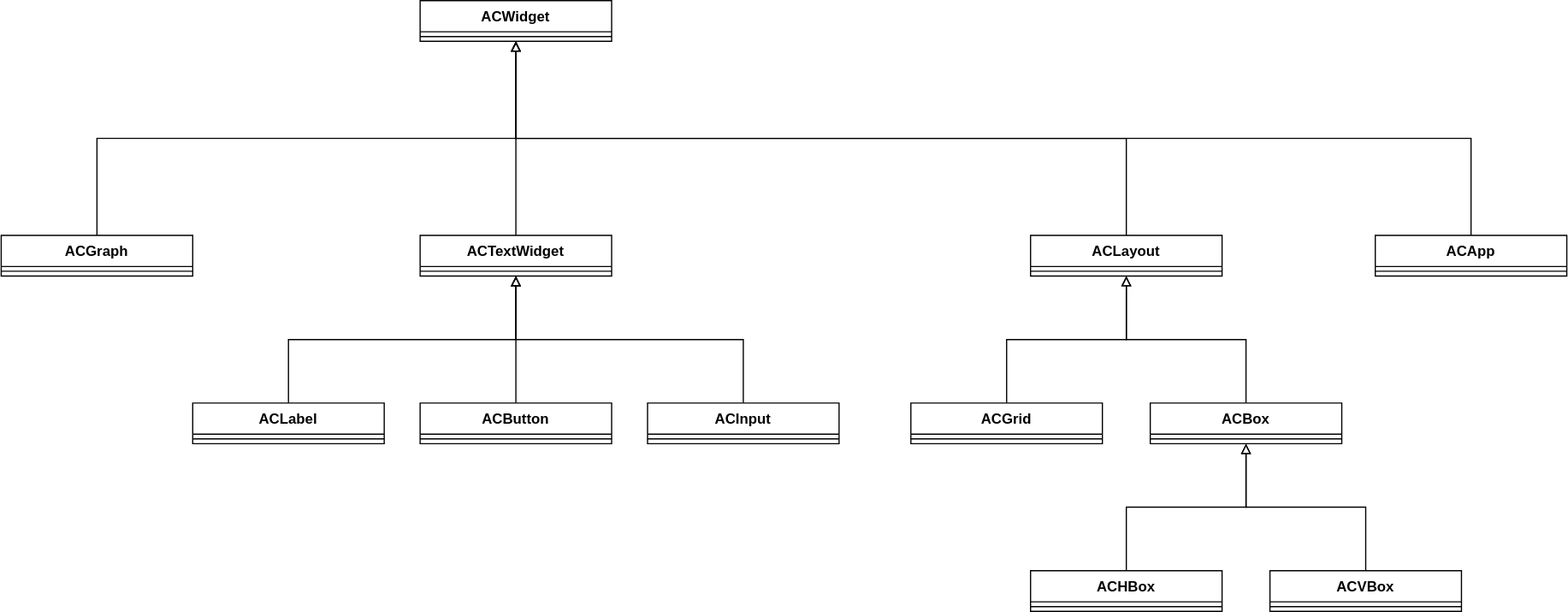
styinx/ACLIB keeps this draw.io diagram as stuff/images/classes.svg. Above is the earlier version. Source tidied: cells renumbered, new cells last; positions are measured from the earlier drawing's top-left corner, leaving out a move shared by most shapes. The source it was exported from:
```xml
<mxGraphModel>
  <root>
    <mxCell id="0" />
    <mxCell id="1" parent="0" />
    <mxCell id="2" style="edgeStyle=orthogonalEdgeStyle;rounded=0;jettySize=auto;html=1;endArrow=block;endFill=0;exitX=0.5;exitY=0;exitDx=0;exitDy=0;" parent="1" edge="1" source="33" target="13">
      <mxGeometry relative="1" as="geometry" />
    </mxCell>
    <mxCell id="3" style="edgeStyle=orthogonalEdgeStyle;rounded=0;jettySize=auto;html=1;endArrow=block;endFill=0;exitX=0.5;exitY=0;exitDx=0;exitDy=0;" parent="1" edge="1" source="21" target="15">
      <mxGeometry relative="1" as="geometry" />
    </mxCell>
    <mxCell id="4" style="edgeStyle=orthogonalEdgeStyle;rounded=0;jettySize=auto;html=1;endArrow=block;endFill=0;exitX=0.5;exitY=0;exitDx=0;exitDy=0;" parent="1" edge="1" source="23" target="13">
      <mxGeometry relative="1" as="geometry" />
    </mxCell>
    <mxCell id="5" style="edgeStyle=orthogonalEdgeStyle;rounded=0;jettySize=auto;html=1;endArrow=block;endFill=0;" parent="1" edge="1" source="15" target="13">
      <mxGeometry relative="1" as="geometry" />
    </mxCell>
    <mxCell id="6" style="edgeStyle=orthogonalEdgeStyle;rounded=0;jettySize=auto;html=1;endArrow=block;endFill=0;exitX=0.5;exitY=0;exitDx=0;exitDy=0;" parent="1" edge="1" source="25" target="23">
      <mxGeometry relative="1" as="geometry" />
    </mxCell>
    <mxCell id="7" style="edgeStyle=orthogonalEdgeStyle;rounded=0;jettySize=auto;html=1;endArrow=block;endFill=0;" parent="1" edge="1" source="31" target="23">
      <mxGeometry relative="1" as="geometry" />
    </mxCell>
    <mxCell id="8" style="edgeStyle=orthogonalEdgeStyle;rounded=0;jettySize=auto;html=1;endArrow=block;endFill=0;" parent="1" edge="1" source="17" target="15">
      <mxGeometry relative="1" as="geometry" />
    </mxCell>
    <mxCell id="9" style="edgeStyle=orthogonalEdgeStyle;rounded=0;jettySize=auto;html=1;endArrow=block;endFill=0;exitX=0.5;exitY=0;exitDx=0;exitDy=0;" parent="1" edge="1" source="19" target="15">
      <mxGeometry relative="1" as="geometry" />
    </mxCell>
    <mxCell id="10" style="edgeStyle=orthogonalEdgeStyle;rounded=0;jettySize=auto;html=1;endArrow=block;endFill=0;" parent="1" edge="1" source="27" target="25">
      <mxGeometry relative="1" as="geometry" />
    </mxCell>
    <mxCell id="11" style="edgeStyle=orthogonalEdgeStyle;rounded=0;jettySize=auto;html=1;endArrow=block;endFill=0;" parent="1" edge="1" source="29" target="25">
      <mxGeometry relative="1" as="geometry" />
    </mxCell>
    <mxCell id="12" style="edgeStyle=orthogonalEdgeStyle;rounded=0;jettySize=auto;html=1;endArrow=block;endFill=0;exitX=0.5;exitY=0;exitDx=0;exitDy=0;" parent="1" edge="1" source="35" target="13">
      <mxGeometry relative="1" as="geometry" />
    </mxCell>
    <mxCell id="13" value="ACWidget" style="swimlane;fontStyle=1;align=center;verticalAlign=top;horizontal=1;startSize=26;" parent="1" vertex="1">
      <mxGeometry x="350" width="160" height="34" as="geometry" />
    </mxCell>
    <mxCell id="14" style="line;strokeWidth=1;fillColor=none;align=left;verticalAlign=middle;spacingTop=-1;spacingLeft=3;spacingRight=3;labelPosition=right;" parent="13" vertex="1">
      <mxGeometry y="26" width="160" height="8" as="geometry" />
    </mxCell>
    <mxCell id="15" value="ACTextWidget" style="swimlane;fontStyle=1;align=center;verticalAlign=top;horizontal=1;startSize=26;" parent="1" vertex="1">
      <mxGeometry x="350" y="196" width="160" height="34" as="geometry" />
    </mxCell>
    <mxCell id="16" style="line;strokeWidth=1;fillColor=none;align=left;verticalAlign=middle;spacingTop=-1;spacingLeft=3;spacingRight=3;labelPosition=right;" parent="15" vertex="1">
      <mxGeometry y="26" width="160" height="8" as="geometry" />
    </mxCell>
    <mxCell id="17" value="ACButton" style="swimlane;fontStyle=1;align=center;verticalAlign=top;horizontal=1;startSize=26;" parent="1" vertex="1">
      <mxGeometry x="350" y="336" width="160" height="34" as="geometry" />
    </mxCell>
    <mxCell id="18" style="line;strokeWidth=1;fillColor=none;align=left;verticalAlign=middle;spacingTop=-1;spacingLeft=3;spacingRight=3;labelPosition=right;" parent="17" vertex="1">
      <mxGeometry y="26" width="160" height="8" as="geometry" />
    </mxCell>
    <mxCell id="19" value="ACInput" style="swimlane;fontStyle=1;align=center;verticalAlign=top;horizontal=1;startSize=26;" parent="1" vertex="1">
      <mxGeometry x="540" y="336" width="160" height="34" as="geometry" />
    </mxCell>
    <mxCell id="20" style="line;strokeWidth=1;fillColor=none;align=left;verticalAlign=middle;spacingTop=-1;spacingLeft=3;spacingRight=3;labelPosition=right;" parent="19" vertex="1">
      <mxGeometry y="26" width="160" height="8" as="geometry" />
    </mxCell>
    <mxCell id="21" value="ACLabel" style="swimlane;fontStyle=1;align=center;verticalAlign=top;horizontal=1;startSize=26;" parent="1" vertex="1">
      <mxGeometry x="160" y="336" width="160" height="34" as="geometry" />
    </mxCell>
    <mxCell id="22" style="line;strokeWidth=1;fillColor=none;align=left;verticalAlign=middle;spacingTop=-1;spacingLeft=3;spacingRight=3;labelPosition=right;" parent="21" vertex="1">
      <mxGeometry y="26" width="160" height="8" as="geometry" />
    </mxCell>
    <mxCell id="23" value="ACLayout" style="swimlane;fontStyle=1;align=center;verticalAlign=top;horizontal=1;startSize=26;" parent="1" vertex="1">
      <mxGeometry x="860" y="196" width="160" height="34" as="geometry" />
    </mxCell>
    <mxCell id="24" style="line;strokeWidth=1;fillColor=none;align=left;verticalAlign=middle;spacingTop=-1;spacingLeft=3;spacingRight=3;labelPosition=right;" parent="23" vertex="1">
      <mxGeometry y="26" width="160" height="8" as="geometry" />
    </mxCell>
    <mxCell id="25" value="ACBox" style="swimlane;fontStyle=1;align=center;verticalAlign=top;horizontal=1;startSize=26;" parent="1" vertex="1">
      <mxGeometry x="960" y="336" width="160" height="34" as="geometry" />
    </mxCell>
    <mxCell id="26" style="line;strokeWidth=1;fillColor=none;align=left;verticalAlign=middle;spacingTop=-1;spacingLeft=3;spacingRight=3;labelPosition=right;" parent="25" vertex="1">
      <mxGeometry y="26" width="160" height="8" as="geometry" />
    </mxCell>
    <mxCell id="27" value="ACVBox" style="swimlane;fontStyle=1;align=center;verticalAlign=top;horizontal=1;startSize=26;" parent="1" vertex="1">
      <mxGeometry x="1060" y="476" width="160" height="34" as="geometry" />
    </mxCell>
    <mxCell id="28" style="line;strokeWidth=1;fillColor=none;align=left;verticalAlign=middle;spacingTop=-1;spacingLeft=3;spacingRight=3;labelPosition=right;" parent="27" vertex="1">
      <mxGeometry y="26" width="160" height="8" as="geometry" />
    </mxCell>
    <mxCell id="29" value="ACHBox" style="swimlane;fontStyle=1;align=center;verticalAlign=top;horizontal=1;startSize=26;" parent="1" vertex="1">
      <mxGeometry x="860" y="476" width="160" height="34" as="geometry" />
    </mxCell>
    <mxCell id="30" style="line;strokeWidth=1;fillColor=none;align=left;verticalAlign=middle;spacingTop=-1;spacingLeft=3;spacingRight=3;labelPosition=right;" parent="29" vertex="1">
      <mxGeometry y="26" width="160" height="8" as="geometry" />
    </mxCell>
    <mxCell id="31" value="ACGrid" style="swimlane;fontStyle=1;align=center;verticalAlign=top;horizontal=1;startSize=26;" parent="1" vertex="1">
      <mxGeometry x="760" y="336" width="160" height="34" as="geometry" />
    </mxCell>
    <mxCell id="32" style="line;strokeWidth=1;fillColor=none;align=left;verticalAlign=middle;spacingTop=-1;spacingLeft=3;spacingRight=3;labelPosition=right;" parent="31" vertex="1">
      <mxGeometry y="26" width="160" height="8" as="geometry" />
    </mxCell>
    <mxCell id="33" value="ACApp" style="swimlane;fontStyle=1;align=center;verticalAlign=top;horizontal=1;startSize=26;" parent="1" vertex="1">
      <mxGeometry x="1148" y="196" width="160" height="34" as="geometry" />
    </mxCell>
    <mxCell id="34" style="line;strokeWidth=1;fillColor=none;align=left;verticalAlign=middle;spacingTop=-1;spacingLeft=3;spacingRight=3;labelPosition=right;" parent="33" vertex="1">
      <mxGeometry y="26" width="160" height="8" as="geometry" />
    </mxCell>
    <mxCell id="35" value="ACGraph" style="swimlane;fontStyle=1;align=center;verticalAlign=top;horizontal=1;startSize=26;" parent="1" vertex="1">
      <mxGeometry y="196" width="160" height="34" as="geometry" />
    </mxCell>
    <mxCell id="36" style="line;strokeWidth=1;fillColor=none;align=left;verticalAlign=middle;spacingTop=-1;spacingLeft=3;spacingRight=3;labelPosition=right;" parent="35" vertex="1">
      <mxGeometry y="26" width="160" height="8" as="geometry" />
    </mxCell>
  </root>
</mxGraphModel>
```
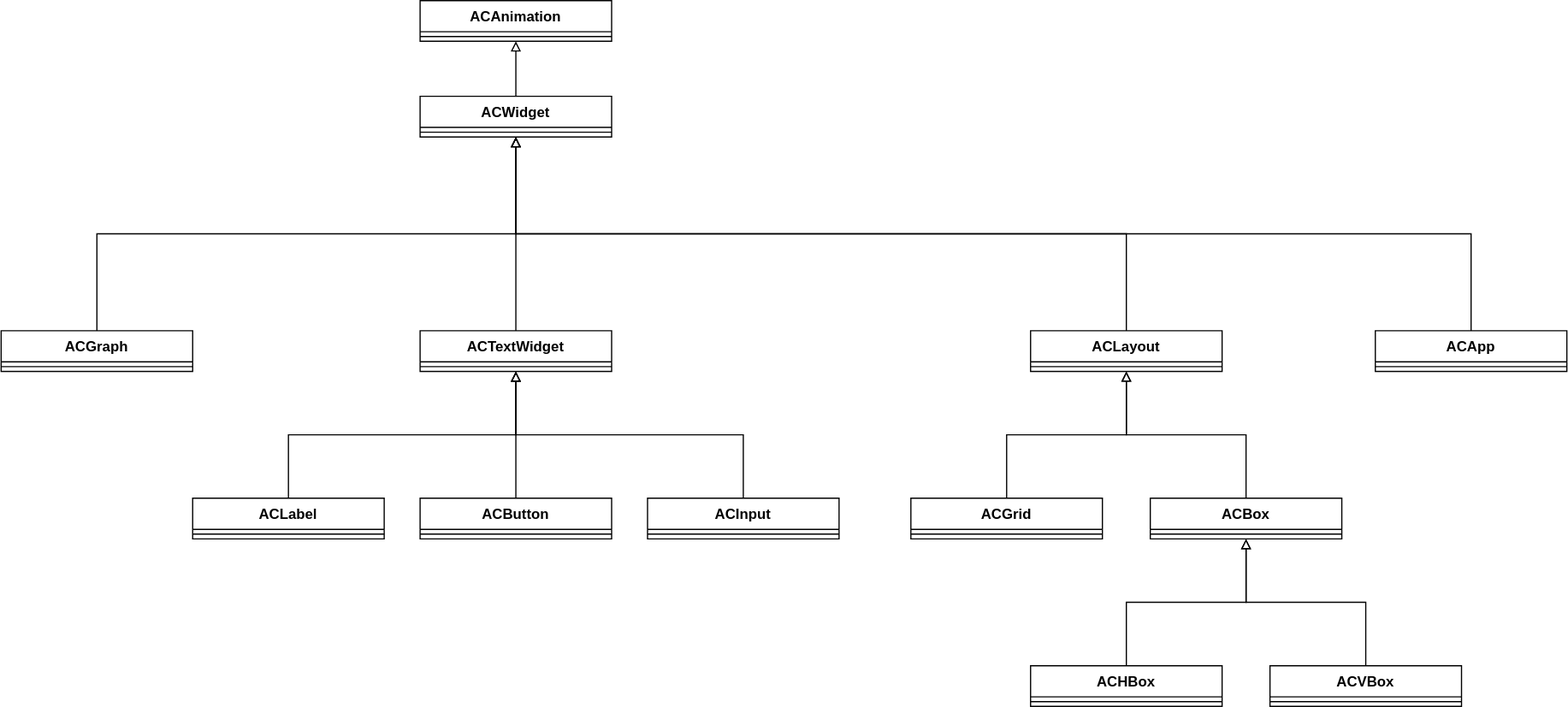
After the commit.

Diff of the diagram source:
```diff
@@ -107,5 +107,14 @@
     <mxCell id="36" style="line;strokeWidth=1;fillColor=none;align=left;verticalAlign=middle;spacingTop=-1;spacingLeft=3;spacingRight=3;labelPosition=right;" parent="35" vertex="1">
       <mxGeometry y="26" width="160" height="8" as="geometry" />
     </mxCell>
+    <mxCell id="37" style="edgeStyle=orthogonalEdgeStyle;rounded=0;jettySize=auto;html=1;entryX=0.5;entryY=0;entryDx=0;entryDy=0;startArrow=block;startFill=0;endArrow=none;endFill=0;" parent="1" edge="1" source="38" target="13">
+      <mxGeometry relative="1" as="geometry" />
+    </mxCell>
+    <mxCell id="38" value="ACAnimation" style="swimlane;fontStyle=1;align=center;verticalAlign=top;horizontal=1;startSize=26;" parent="1" vertex="1">
+      <mxGeometry x="350" y="-80" width="160" height="34" as="geometry" />
+    </mxCell>
+    <mxCell id="39" style="line;strokeWidth=1;fillColor=none;align=left;verticalAlign=middle;spacingTop=-1;spacingLeft=3;spacingRight=3;labelPosition=right;" parent="38" vertex="1">
+      <mxGeometry y="26" width="160" height="8" as="geometry" />
+    </mxCell>
   </root>
 </mxGraphModel>
```
